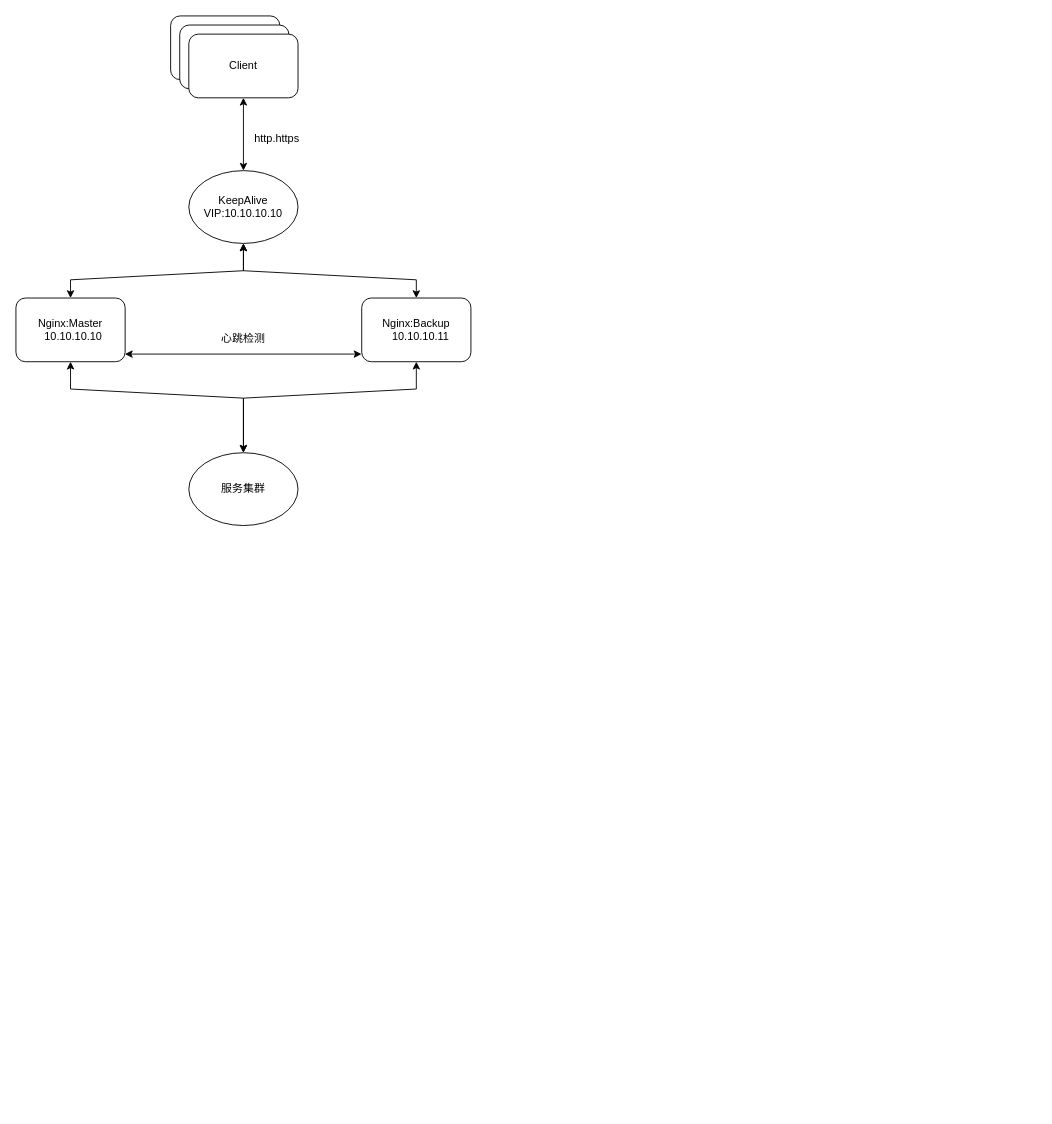
Before: UML/未命名绘图.drawio in wangjq4214/draw.io, a draw.io diagram. Source tidied: cells renumbered, new cells numbered last; positions are measured from the earlier drawing's top-left corner, leaving out a move shared by most shapes. Both pictures are drawn from the tidied source at 91%, with x=0, y=0 at pixel (15, 15).
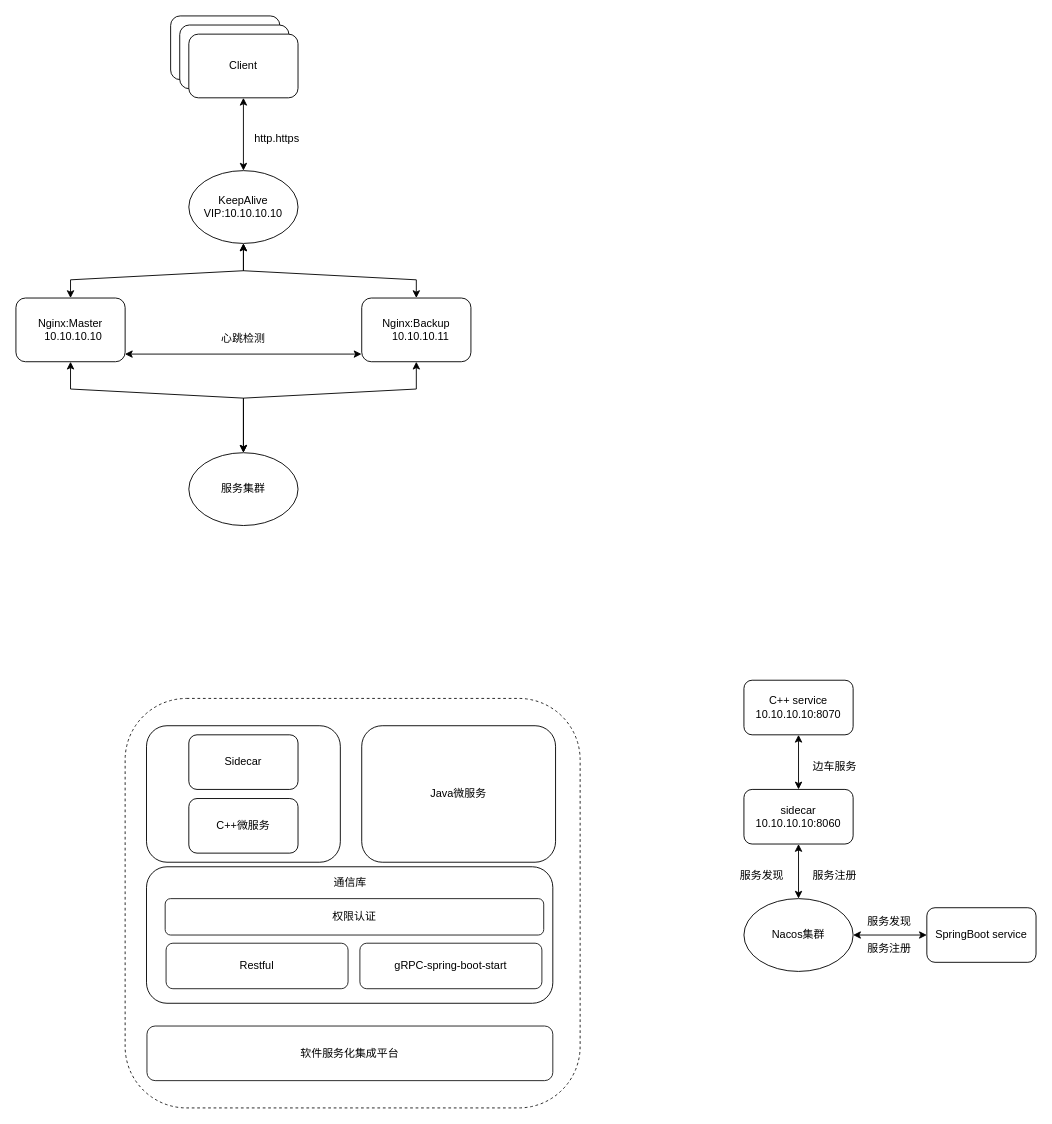
After the change.

Commit message:
更新未命名绘图.drawio

Diff of the diagram source:
```diff
@@
+    <mxCell id="17" style="rounded=1;whiteSpace=wrap;html=1;labelBackgroundColor=none;strokeColor=#1A1A1A;dashed=1;" parent="1" vertex="1">
+      <mxGeometry x="120" y="750" width="500" height="450" as="geometry" />
+    </mxCell>
+    <mxCell id="18" style="rounded=1;whiteSpace=wrap;html=1;" parent="1" vertex="1">
+      <mxGeometry x="143.5" y="780" width="213" height="150" as="geometry" />
+    </mxCell>
@@
+    <mxCell id="19" value="C++ service&lt;br&gt;10.10.10.10:8070" style="rounded=1;whiteSpace=wrap;html=1;" parent="1" vertex="1">
+      <mxGeometry x="800" y="730" width="120" height="60" as="geometry" />
+    </mxCell>
+    <mxCell id="20" value="sidecar&lt;br&gt;10.10.10.10:8060" style="rounded=1;whiteSpace=wrap;html=1;" parent="1" vertex="1">
+      <mxGeometry x="800" y="850" width="120" height="60" as="geometry" />
+    </mxCell>
+    <mxCell id="21" value="Nacos集群" style="ellipse;whiteSpace=wrap;html=1;" parent="1" vertex="1">
+      <mxGeometry x="800" y="970" width="120" height="80" as="geometry" />
+    </mxCell>
+    <mxCell id="22" style="endArrow=classic;startArrow=classic;html=1;rounded=0;entryX=0.5;entryY=1;entryDx=0;entryDy=0;exitX=0.5;exitY=0;exitDx=0;exitDy=0;" parent="1" edge="1" source="21" target="20">
+      <mxGeometry relative="1" as="geometry" />
+    </mxCell>
+    <mxCell id="23" style="endArrow=classic;startArrow=classic;html=1;rounded=0;entryX=0.5;entryY=1;entryDx=0;entryDy=0;exitX=0.5;exitY=0;exitDx=0;exitDy=0;" parent="1" edge="1" source="20" target="19">
+      <mxGeometry relative="1" as="geometry" />
+    </mxCell>
+    <mxCell id="24" value="边车服务" style="text;html=1;strokeColor=none;fillColor=none;align=center;verticalAlign=middle;whiteSpace=wrap;rounded=0;" parent="1" vertex="1">
+      <mxGeometry x="870" y="810" width="60" height="30" as="geometry" />
+    </mxCell>
+    <mxCell id="25" value="服务注册" style="text;html=1;strokeColor=none;fillColor=none;align=center;verticalAlign=middle;whiteSpace=wrap;rounded=0;" parent="1" vertex="1">
+      <mxGeometry x="870" y="930" width="60" height="30" as="geometry" />
+    </mxCell>
+    <mxCell id="26" value="服务发现" style="text;html=1;strokeColor=none;fillColor=none;align=center;verticalAlign=middle;whiteSpace=wrap;rounded=0;" parent="1" vertex="1">
+      <mxGeometry x="790" y="930" width="60" height="30" as="geometry" />
+    </mxCell>
+    <mxCell id="27" value="SpringBoot service" style="rounded=1;whiteSpace=wrap;html=1;" parent="1" vertex="1">
+      <mxGeometry x="1001" y="980" width="120" height="60" as="geometry" />
+    </mxCell>
+    <mxCell id="28" style="endArrow=classic;startArrow=classic;html=1;rounded=0;entryX=0;entryY=0.5;entryDx=0;entryDy=0;exitX=1;exitY=0.5;exitDx=0;exitDy=0;" parent="1" edge="1" source="21" target="27">
+      <mxGeometry relative="1" as="geometry" />
+    </mxCell>
+    <mxCell id="29" value="服务发现" style="text;html=1;strokeColor=none;fillColor=none;align=center;verticalAlign=middle;whiteSpace=wrap;rounded=0;" parent="1" vertex="1">
+      <mxGeometry x="930" y="980" width="60" height="30" as="geometry" />
+    </mxCell>
+    <mxCell id="30" value="服务注册" style="text;html=1;strokeColor=none;fillColor=none;align=center;verticalAlign=middle;whiteSpace=wrap;rounded=0;" parent="1" vertex="1">
+      <mxGeometry x="930" y="1010" width="60" height="30" as="geometry" />
+    </mxCell>
+    <mxCell id="31" value="C++微服务" style="rounded=1;whiteSpace=wrap;html=1;" parent="1" vertex="1">
+      <mxGeometry x="190" y="860" width="120" height="60" as="geometry" />
+    </mxCell>
+    <mxCell id="32" value="Sidecar" style="rounded=1;whiteSpace=wrap;html=1;" parent="1" vertex="1">
+      <mxGeometry x="190" y="790" width="120" height="60" as="geometry" />
+    </mxCell>
+    <mxCell id="33" value="Java微服务" style="rounded=1;whiteSpace=wrap;html=1;" parent="1" vertex="1">
+      <mxGeometry x="380" y="780" width="213" height="150" as="geometry" />
+    </mxCell>
+    <mxCell id="34" value="通信库&lt;br&gt;&lt;br&gt;&lt;br&gt;&lt;br&gt;&lt;br&gt;&lt;br&gt;&lt;br&gt;&lt;br&gt;&lt;br&gt;" style="rounded=1;whiteSpace=wrap;html=1;" parent="1" vertex="1">
+      <mxGeometry x="143.5" y="935" width="446.5" height="150" as="geometry" />
+    </mxCell>
+    <mxCell id="35" value="gRPC-spring-boot-start" style="rounded=1;whiteSpace=wrap;html=1;labelBackgroundColor=none;strokeColor=#1A1A1A;" parent="1" vertex="1">
+      <mxGeometry x="378" y="1019" width="200" height="50" as="geometry" />
+    </mxCell>
+    <mxCell id="36" value="Restful" style="rounded=1;whiteSpace=wrap;html=1;labelBackgroundColor=none;strokeColor=#1A1A1A;" parent="1" vertex="1">
+      <mxGeometry x="165" y="1019" width="200" height="50" as="geometry" />
+    </mxCell>
+    <mxCell id="37" value="权限认证" style="rounded=1;whiteSpace=wrap;html=1;labelBackgroundColor=none;strokeColor=#1A1A1A;" parent="1" vertex="1">
+      <mxGeometry x="164" y="970" width="416" height="40" as="geometry" />
+    </mxCell>
+    <mxCell id="38" value="软件服务化集成平台" style="rounded=1;whiteSpace=wrap;html=1;labelBackgroundColor=none;strokeColor=#1A1A1A;" parent="1" vertex="1">
+      <mxGeometry x="144" y="1110" width="446" height="60" as="geometry" />
+    </mxCell>
```
